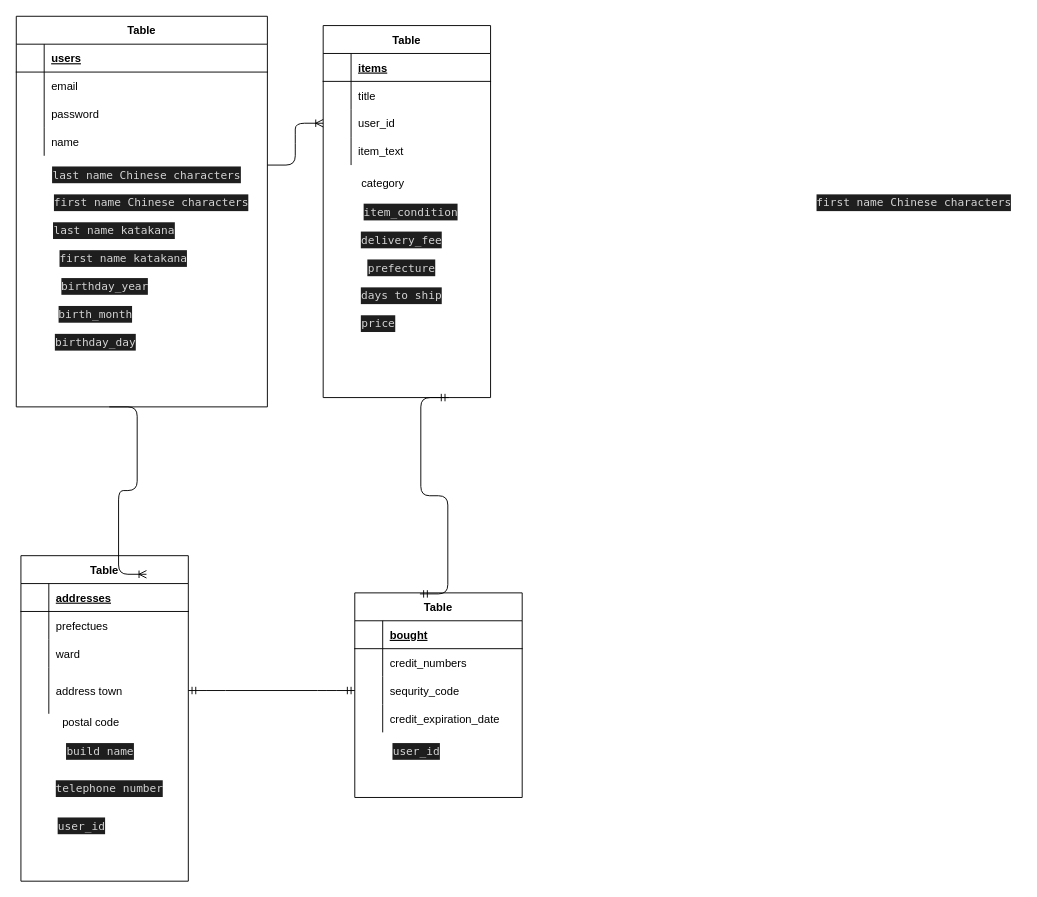
This is test.dio from maepu/furima-36376, a draw.io file, before an edit. Source tidied: cells renumbered, new cells numbered last; positions are measured from the earlier drawing's top-left corner, leaving out a move shared by most shapes. Both pictures are drawn from the tidied source at 93%, with x=0, y=0 at pixel (16, 16).
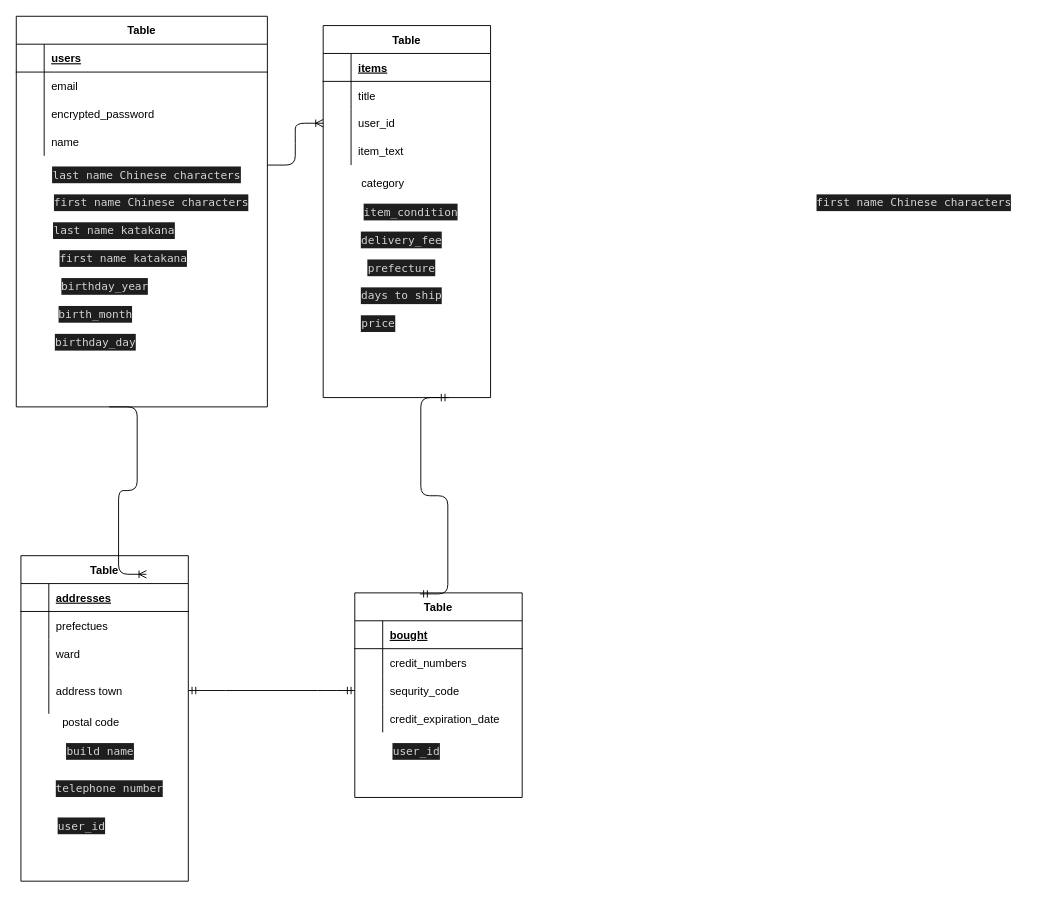
The same diagram, later.

Commit message (it also covers changes not shown here):
encryptedを付け足すのを忘れていました

The change refers to these unchanged cells:
```xml
<mxCell id="9" style="shape=partialRectangle;fillColor=none;top=0;left=0;bottom=0;right=0;" parent="2" vertex="1">
  <mxGeometry y="90" width="270" height="30" as="geometry" />
</mxCell>
```

Change to the diagram source:
```diff
@@
-    <mxCell id="11" value="password" style="shape=partialRectangle;fillColor=none;top=0;left=0;bottom=0;right=0;align=left;spacingLeft=6;overflow=hidden;" parent="9" vertex="1">
+    <mxCell id="11" value="encrypted_password" style="shape=partialRectangle;fillColor=none;top=0;left=0;bottom=0;right=0;align=left;spacingLeft=6;overflow=hidden;" parent="9" vertex="1">
       <mxGeometry x="30" width="240" height="30" as="geometry" />
     </mxCell>
```
